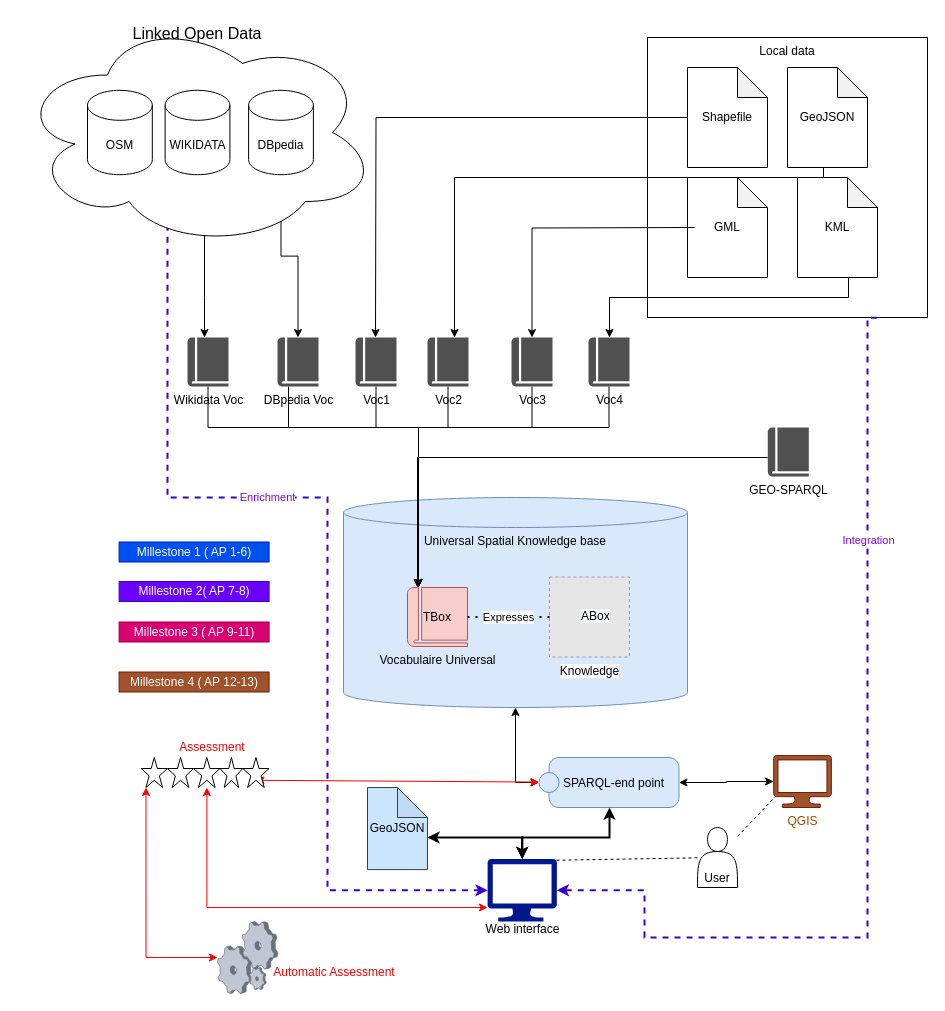
This is structure.drawio from JJponciano/SpaLod, a draw.io file, before an edit. Source tidied: cells renumbered, new cells numbered last; positions are measured from the earlier drawing's top-left corner, leaving out a move shared by most shapes. Both pictures are drawn from the tidied source at 100%, with x=0, y=0 at pixel (17, 17). Pictures stored in the file or linked from it are replaced by grey dashed boxes.
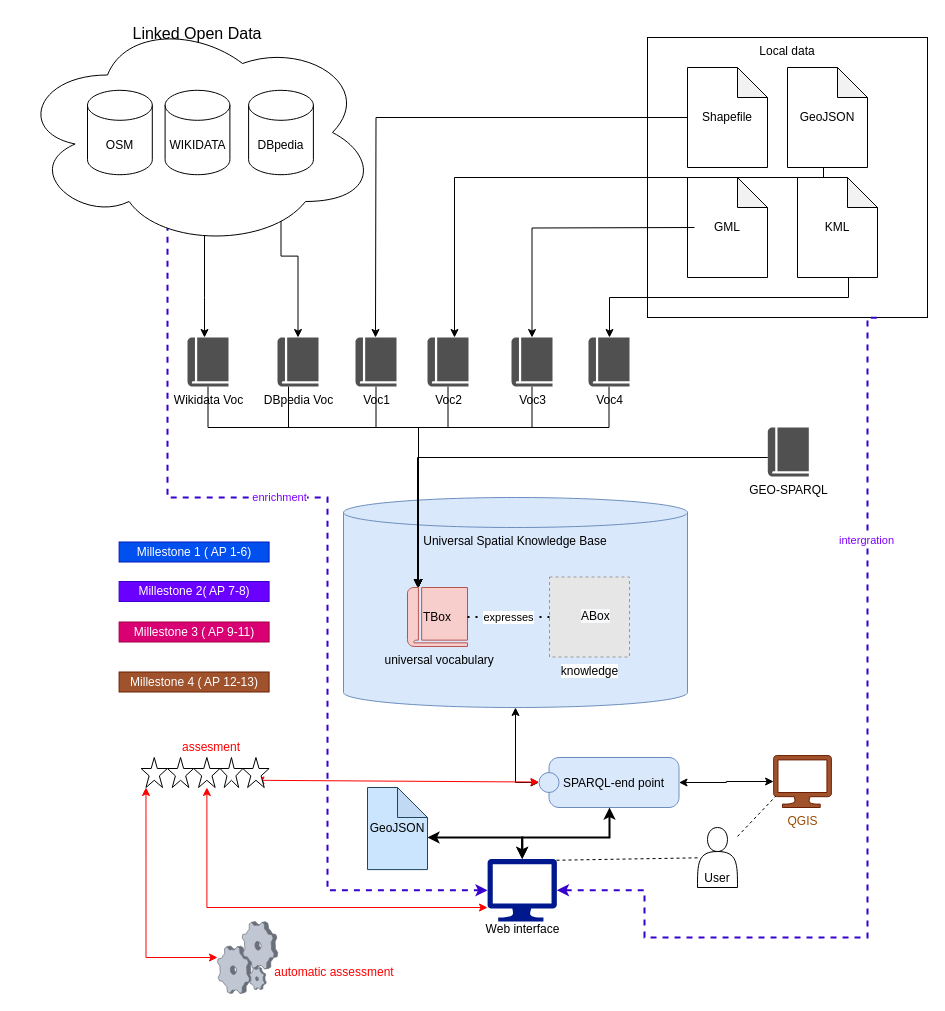
The same page after the edit.

The change refers to these unchanged cells:
```xml
<mxCell id="30" style="edgeStyle=orthogonalEdgeStyle;rounded=0;jettySize=auto;html=1;dashed=1;fillColor=#6a00ff;strokeColor=#3700CC;exitX=0.819;exitY=1.001;exitDx=0;exitDy=0;exitPerimeter=0;entryX=1;entryY=0.5;entryDx=0;entryDy=0;entryPerimeter=0;strokeWidth=2;" parent="1" edge="1" source="5" target="54">
  <mxGeometry relative="1" as="geometry">
    <Array as="points">
      <mxPoint x="850" y="300" />
      <mxPoint x="850" y="920" />
      <mxPoint x="627" y="920" />
      <mxPoint x="627" y="873" />
    </Array>
  </mxGeometry>
</mxCell>
<mxCell id="41" value="&lt;font style=&quot;font-size: 16px&quot;&gt;Linked Open Data&lt;/font&gt;" style="ellipse;shape=cloud;whiteSpace=wrap;html=1;verticalAlign=top;" parent="1" vertex="1">
  <mxGeometry width="360" height="230" as="geometry" />
</mxCell>
<mxCell id="54" value="Web interface" style="shadow=0;dashed=0;html=1;strokeColor=none;labelPosition=center;verticalLabelPosition=bottom;verticalAlign=top;align=center;fillColor=#00188D;shape=mxgraph.azure.computer;labelBorderColor=none;spacing=0;spacingBottom=2;spacingTop=-4;" parent="1" vertex="1">
  <mxGeometry x="470" y="841.5" width="69.4" height="62.5" as="geometry" />
</mxCell>
<mxCell id="60" style="group;" parent="1" vertex="1">
  <mxGeometry x="123.6" y="720" width="128" height="50" as="geometry" />
</mxCell>
```

The edit, as a diff of the source:
```diff
@@
-    <mxCell id="3" value="Universal Spatial Knowledge base" style="shape=cylinder3;whiteSpace=wrap;html=1;boundedLbl=1;backgroundOutline=1;size=15;verticalAlign=top;fillColor=#dae8fc;strokeColor=#6c8ebf;" parent="1" vertex="1">
+    <mxCell id="3" value="Universal Spatial Knowledge Base" style="shape=cylinder3;whiteSpace=wrap;html=1;boundedLbl=1;backgroundOutline=1;size=15;verticalAlign=top;fillColor=#dae8fc;strokeColor=#6c8ebf;" parent="1" vertex="1">
       <mxGeometry x="326" y="480" width="344" height="210" as="geometry" />
     </mxCell>
@@
-    <mxCell id="29" value="Enrichment" style="edgeStyle=orthogonalEdgeStyle;rounded=0;jettySize=auto;html=1;dashed=1;fillColor=#6a00ff;strokeColor=#3700CC;exitX=0.07;exitY=0.4;exitDx=0;exitDy=0;exitPerimeter=0;strokeWidth=2;fontColor=#7F00FF;labelBorderColor=none;labelBackgroundColor=#FFFFFF;entryX=0;entryY=0.5;entryDx=0;entryDy=0;entryPerimeter=0;" parent="1" edge="1" source="41" target="54">
-      <mxGeometry relative="1" as="geometry">
+    <mxCell id="29" value="enrichment" style="edgeStyle=orthogonalEdgeStyle;rounded=0;jettySize=auto;html=1;dashed=1;fillColor=#6a00ff;strokeColor=#3700CC;exitX=0.07;exitY=0.4;exitDx=0;exitDy=0;exitPerimeter=0;strokeWidth=2;fontColor=#7F00FF;labelBorderColor=none;labelBackgroundColor=#FFFFFF;entryX=0;entryY=0.5;entryDx=0;entryDy=0;entryPerimeter=0;" parent="1" edge="1" source="41" target="54">
+      <mxGeometry x="0.02" relative="1" as="geometry">
         <Array as="points">
           <mxPoint x="150" y="92" />
           <mxPoint x="150" y="480" />
           <mxPoint x="310" y="480" />
           <mxPoint x="310" y="873" />
         </Array>
       </mxGeometry>
     </mxCell>
@@
-    <mxCell id="31" value="Integration" style="edgeLabel;html=1;align=center;verticalAlign=middle;fontColor=#7F00FF;labelBorderColor=none;labelBackgroundColor=#FFFFFF;" parent="30" vertex="1">
+    <mxCell id="31" value="intergration" style="edgeLabel;html=1;align=center;verticalAlign=middle;fontColor=#7F00FF;labelBorderColor=none;labelBackgroundColor=#FFFFFF;" parent="30" vertex="1">
       <mxGeometry x="-0.6" y="-4" relative="1" as="geometry">
-        <mxPoint x="4" y="35" as="offset" />
+        <mxPoint x="2" y="35" as="offset" />
       </mxGeometry>
     </mxCell>
-    <mxCell id="32" value="Vocabulaire Universal&lt;br&gt;" style="shadow=0;dashed=0;html=1;strokeColor=#b85450;fillColor=#f8cecc;labelPosition=center;verticalLabelPosition=bottom;verticalAlign=top;outlineConnect=0;align=center;shape=mxgraph.office.concepts.book_journal;" parent="1" vertex="1">
+    <mxCell id="32" value="&amp;nbsp;universal vocabulary" style="shadow=0;dashed=0;html=1;strokeColor=#b85450;fillColor=#f8cecc;labelPosition=center;verticalLabelPosition=bottom;verticalAlign=top;outlineConnect=0;align=center;shape=mxgraph.office.concepts.book_journal;" parent="1" vertex="1">
       <mxGeometry x="390" y="570" width="60" height="59" as="geometry" />
     </mxCell>
@@
-    <mxCell id="34" value="Knowledge" style="fillColor=#E6E6E6;strokeColor=#999999;dashed=1;html=1;verticalAlign=top;verticalLabelPosition=bottom;labelBackgroundColor=#ffffff;" parent="1" vertex="1">
+    <mxCell id="34" value="knowledge" style="fillColor=#E6E6E6;strokeColor=#999999;dashed=1;html=1;verticalAlign=top;verticalLabelPosition=bottom;labelBackgroundColor=#ffffff;" parent="1" vertex="1">
       <mxGeometry x="532" y="559.5" width="80" height="80" as="geometry" />
     </mxCell>
@@
-    <mxCell id="36" value="Expresses" style="endArrow=none;dashed=1;html=1;dashPattern=1 3;strokeWidth=2;" parent="1" edge="1" source="32" target="34">
+    <mxCell id="36" value="expresses" style="endArrow=none;dashed=1;html=1;dashPattern=1 3;strokeWidth=2;" parent="1" edge="1" source="32" target="34">
       <mxGeometry relative="1" as="geometry" />
     </mxCell>
@@
-    <mxCell id="50" value="Automatic Assessment" style="text;html=1;strokeColor=none;fillColor=none;align=center;verticalAlign=middle;whiteSpace=wrap;rounded=0;fontColor=#FF0000;" parent="1" vertex="1">
+    <mxCell id="50" value="automatic assessment" style="text;html=1;strokeColor=none;fillColor=none;align=center;verticalAlign=middle;whiteSpace=wrap;rounded=0;fontColor=#FF0000;" parent="1" vertex="1">
       <mxGeometry x="251.6" y="950" width="130" height="10" as="geometry" />
     </mxCell>
@@
-    <mxCell id="68" value="Assessment" style="text;html=1;strokeColor=none;fillColor=none;align=center;verticalAlign=middle;whiteSpace=wrap;rounded=0;fontColor=#FF0000;" parent="60" vertex="1">
-      <mxGeometry x="51.1" width="40" height="20" as="geometry" />
+    <mxCell id="68" value="assesment" style="text;html=1;strokeColor=none;fillColor=none;align=center;verticalAlign=middle;whiteSpace=wrap;rounded=0;fontColor=#FF0000;" parent="60" vertex="1">
+      <mxGeometry x="50.1" width="40" height="20" as="geometry" />
     </mxCell>
```
